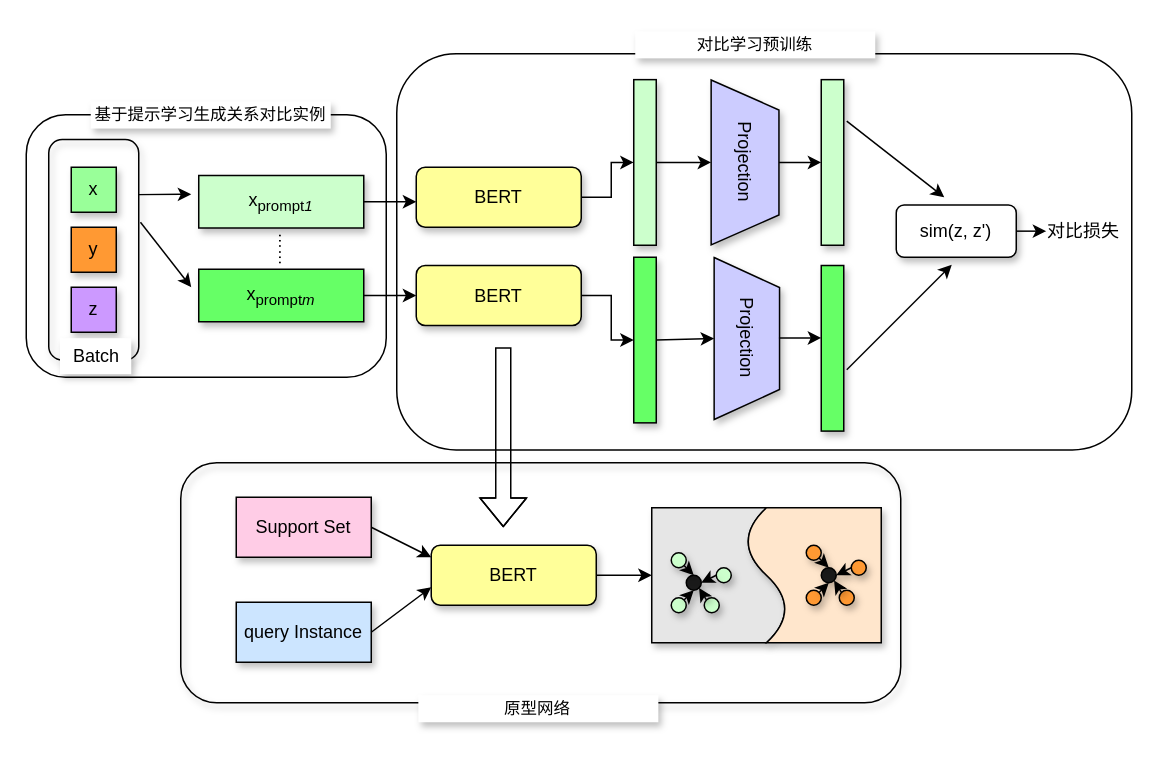
janicewym/FSRECP keeps this draw.io diagram as page "第 1 页" (1 of 2) of FSRECP.drawio. Above is the earlier version. Source tidied: cells renumbered, new cells numbered last; positions are measured from the earlier drawing's top-left corner, leaving out a move shared by most shapes. Both pictures are drawn from the tidied source at 150%, with x=0, y=0 at pixel (26, 30).
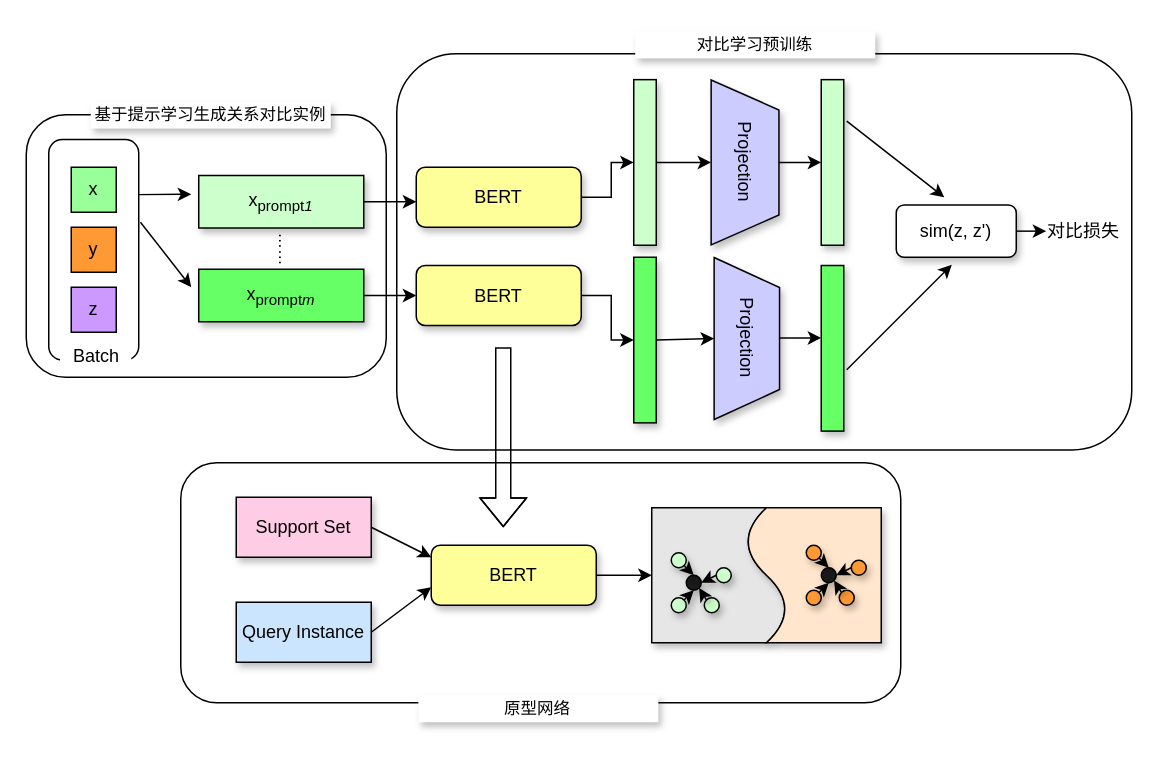
Above is the later version.

The change refers to these unchanged cells:
```xml
<mxCell id="2" style="group;shadow=1;" parent="1" vertex="1">
  <mxGeometry x="140" y="311" width="440" height="137" as="geometry" />
</mxCell>
```

Diff of the diagram source:
```diff
@@
+    <mxCell id="29" style="rounded=1;whiteSpace=wrap;html=1;shadow=0;fontSize=11;strokeColor=#000000;fillColor=none;" parent="2" vertex="1">
+      <mxGeometry x="-37" y="-23" width="480" height="160" as="geometry" />
+    </mxCell>
@@
-    <mxCell id="4" value="query Instance" style="rounded=0;whiteSpace=wrap;html=1;fillColor=#CCE5FF;shadow=1;" parent="2" vertex="1">
+    <mxCell id="4" value="Query Instance" style="rounded=0;whiteSpace=wrap;html=1;fillColor=#CCE5FF;shadow=1;" parent="2" vertex="1">
       <mxGeometry y="70" width="90" height="40" as="geometry" />
     </mxCell>
@@
-    <mxCell id="29" style="rounded=1;whiteSpace=wrap;html=1;shadow=1;fontSize=11;strokeColor=#000000;fillColor=none;" parent="2" vertex="1">
-      <mxGeometry x="-37" y="-23" width="480" height="160" as="geometry" />
-    </mxCell>
@@
-    <mxCell id="31" style="rounded=1;whiteSpace=wrap;html=1;fillColor=none;shadow=1;" parent="1" vertex="1">
+    <mxCell id="31" style="rounded=1;whiteSpace=wrap;html=1;fillColor=none;shadow=0;" parent="1" vertex="1">
       <mxGeometry x="15" y="72.5" width="60" height="147" as="geometry" />
     </mxCell>
@@
-    <mxCell id="33" value="x" style="rounded=0;whiteSpace=wrap;html=1;fillColor=#99FF99;shadow=1;" parent="1" vertex="1">
+    <mxCell id="33" value="x" style="rounded=0;whiteSpace=wrap;html=1;fillColor=#99FF99;shadow=0;" parent="1" vertex="1">
       <mxGeometry x="30" y="91" width="30" height="30" as="geometry" />
     </mxCell>
-    <mxCell id="34" value="y" style="rounded=0;whiteSpace=wrap;html=1;fillColor=#FF9933;shadow=1;" parent="1" vertex="1">
+    <mxCell id="34" value="y" style="rounded=0;whiteSpace=wrap;html=1;fillColor=#FF9933;shadow=0;" parent="1" vertex="1">
       <mxGeometry x="30" y="131" width="30" height="30" as="geometry" />
     </mxCell>
-    <mxCell id="35" value="z" style="rounded=0;whiteSpace=wrap;html=1;fillColor=#CC99FF;shadow=1;" parent="1" vertex="1">
+    <mxCell id="35" value="z" style="rounded=0;whiteSpace=wrap;html=1;fillColor=#CC99FF;shadow=0;" parent="1" vertex="1">
       <mxGeometry x="30" y="171" width="30" height="30" as="geometry" />
     </mxCell>
@@
-    <mxCell id="61" value="Batch" style="text;html=1;strokeColor=none;fillColor=default;align=center;verticalAlign=middle;whiteSpace=wrap;rounded=0;shadow=1;" parent="1" vertex="1">
+    <mxCell id="61" value="Batch" style="text;html=1;strokeColor=none;fillColor=default;align=center;verticalAlign=middle;whiteSpace=wrap;rounded=0;shadow=0;" parent="1" vertex="1">
       <mxGeometry x="22.5" y="205" width="47.5" height="24" as="geometry" />
     </mxCell>
```
